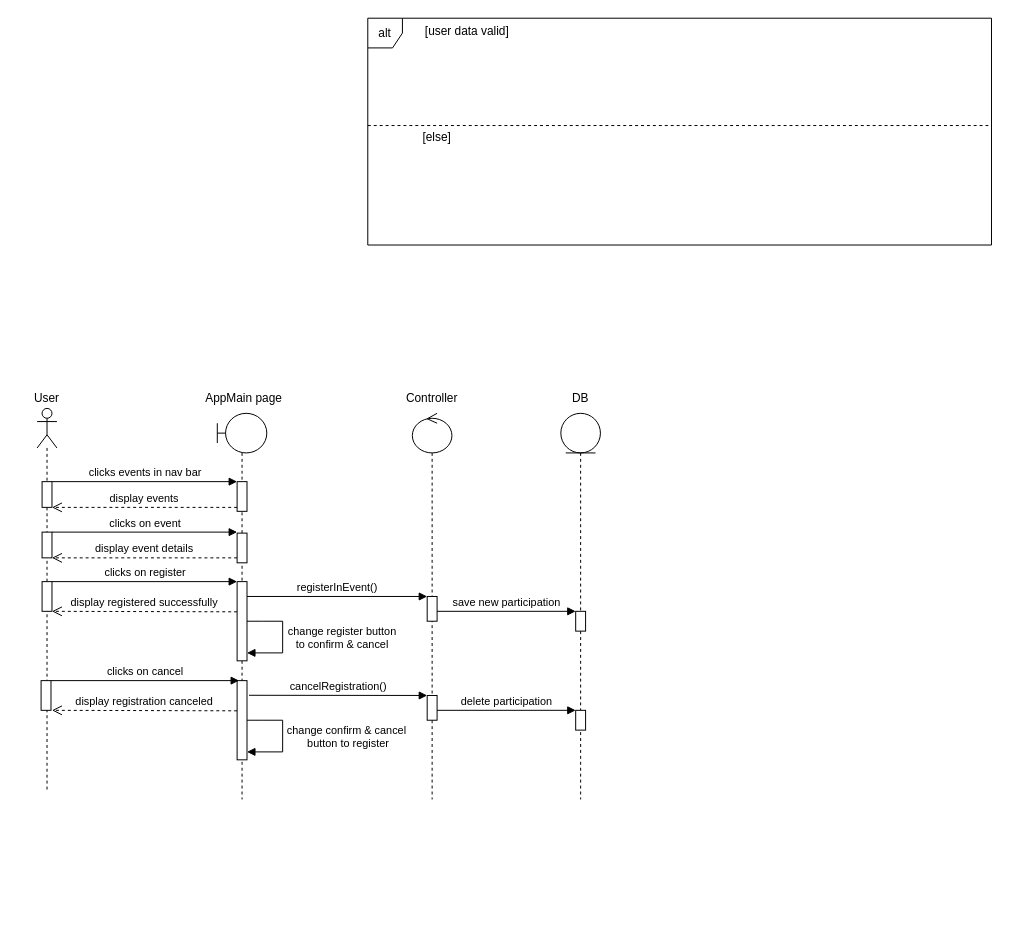
Above: uml diagram/eventRegistration_sequence.drawio in rayenbenyoussef/Jci_Manager (draw.io), before the change. Source tidied: cells renumbered, new cells numbered last; positions are measured from the earlier drawing's top-left corner, leaving out a move shared by most shapes. Both pictures are drawn from the tidied source at 99%, with x=0, y=0 at pixel (17, 17).
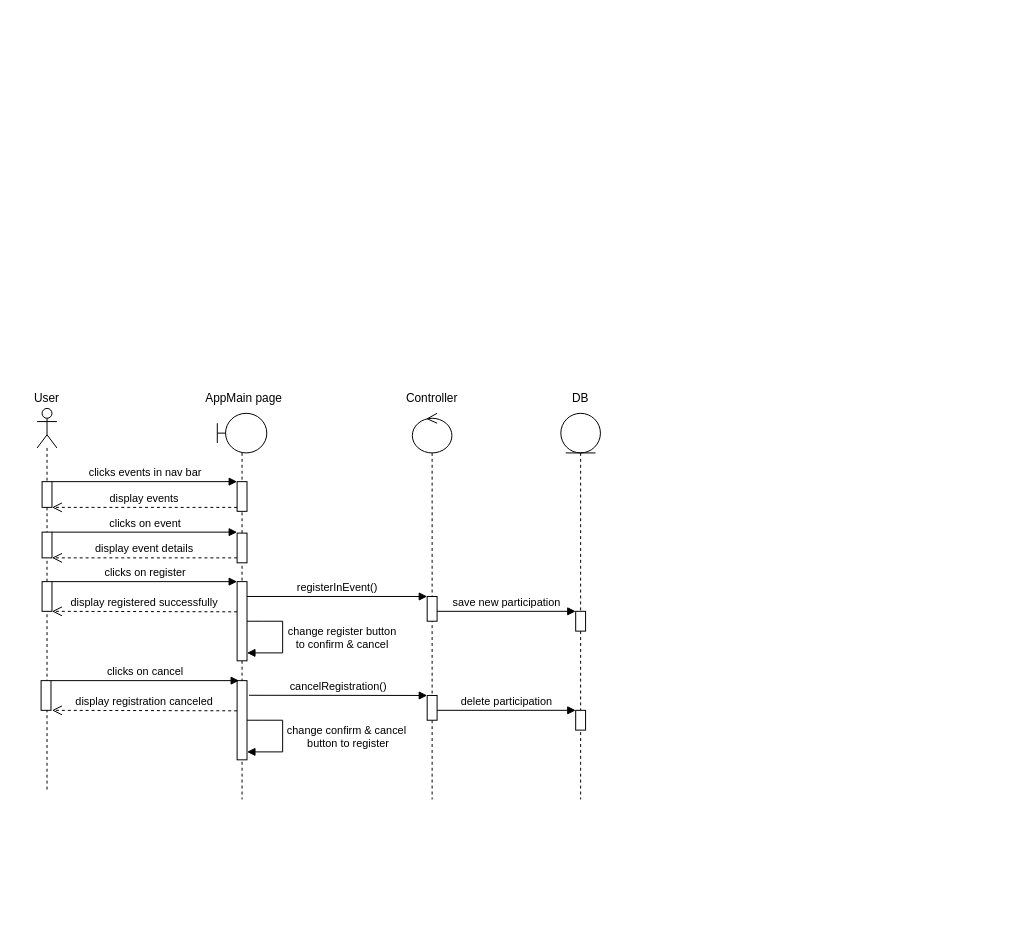
Above is the later version.

What changed in the source:
```diff
@@
-    <mxCell id="16" style="group;fillColor=none;" parent="1" vertex="1">
-      <mxGeometry x="354" width="630" height="230" as="geometry" />
-    </mxCell>
-    <mxCell id="17" value="alt" style="shape=umlFrame;whiteSpace=wrap;html=1;width=35;height=30;fillColor=light-dark(#FFFFFF,transparent);" parent="16" vertex="1">
-      <mxGeometry y="0.9" width="630" height="229.1" as="geometry" />
-    </mxCell>
-    <mxCell id="18" value="[user data valid]" style="text;html=1;whiteSpace=wrap;strokeColor=none;fillColor=none;align=center;verticalAlign=middle;rounded=0;" parent="16" vertex="1">
-      <mxGeometry x="56.6" width="86.8" height="27.2" as="geometry" />
-    </mxCell>
-    <mxCell id="19" style="group;" parent="16" vertex="1">
-      <mxGeometry y="107.3" width="626.8" height="27.2" as="geometry" />
-    </mxCell>
-    <mxCell id="20" style="endArrow=none;dashed=1;html=1;rounded=0;exitX=0;exitY=0.615;exitDx=0;exitDy=0;exitPerimeter=0;entryX=1.001;entryY=0.615;entryDx=0;entryDy=0;entryPerimeter=0;" parent="19" edge="1">
-      <mxGeometry relative="1" as="geometry">
-        <mxPoint y="2" as="sourcePoint" />
-        <mxPoint x="626.8" y="2" as="targetPoint" />
-      </mxGeometry>
-    </mxCell>
-    <mxCell id="21" value="[else]" style="text;html=1;whiteSpace=wrap;strokeColor=none;fillColor=none;align=center;verticalAlign=middle;rounded=0;" parent="19" vertex="1">
-      <mxGeometry x="26.3" width="88" height="27.2" as="geometry" />
-    </mxCell>
```
